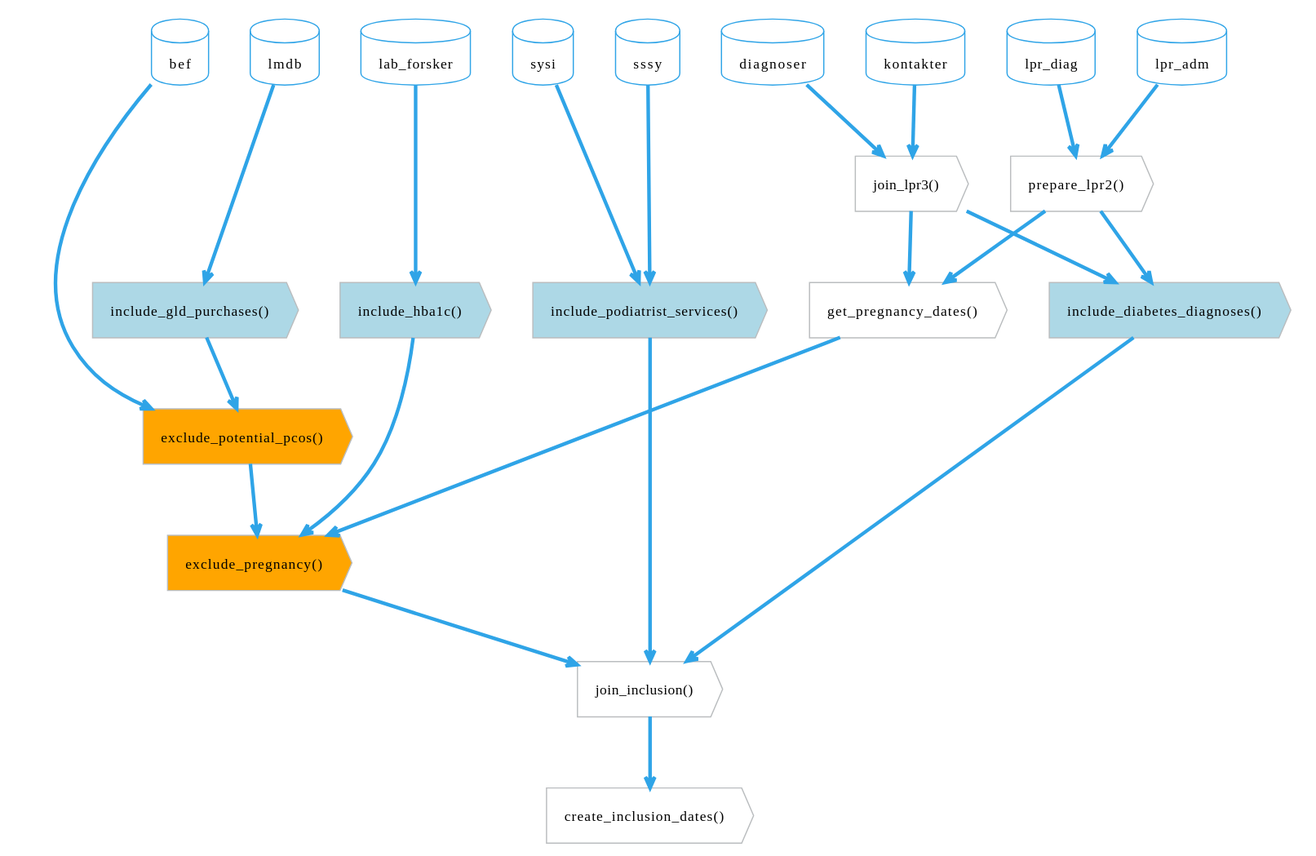
This is vignettes/articles/function-flow-population.svg from steno-aarhus/osdc, a PlantUML export, as it was before one commit.
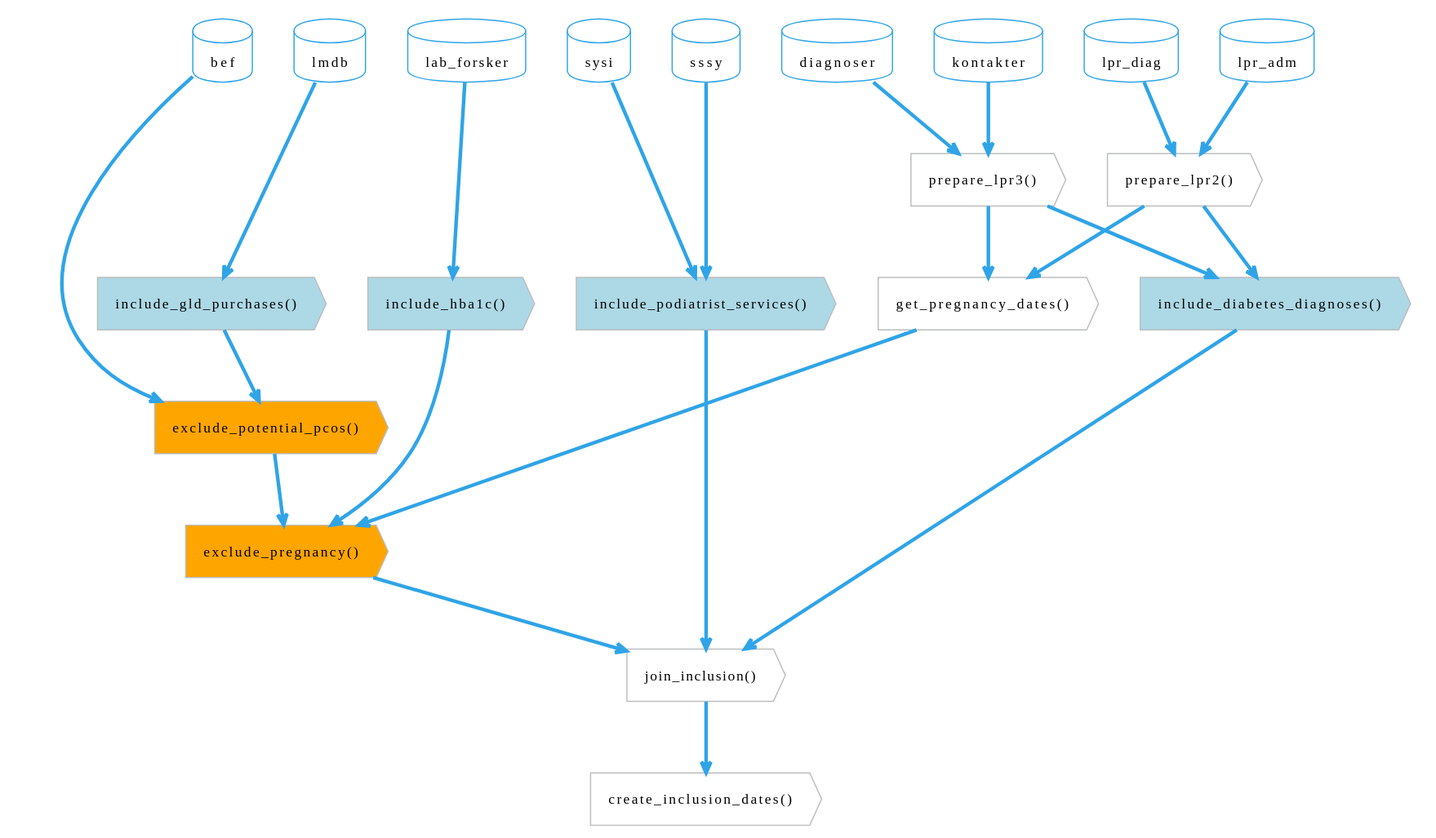
The same diagram one commit later.

Commit message:
refactor: ♻️ update `join_lpr3()` to be `prepare_lpr3()` (#273)

Diff of the diagram source:
```diff
@@ -28,7 +28,7 @@
     }
     together {
             action "prepare_lpr2()" as lpr2
-            action "join_lpr3()" as lpr3
+            action "prepare_lpr3()" as lpr3
     }
 
     together {
```
